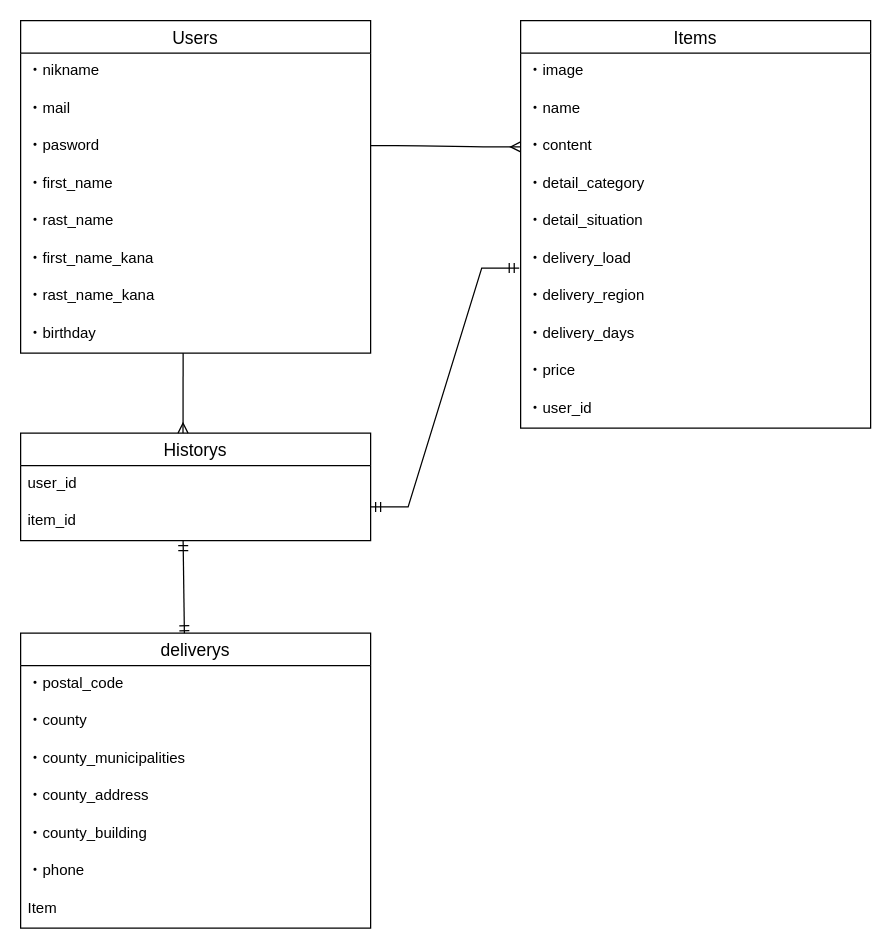
Earlier version of the draw.io diagram furima.dio (do07tk/furima-39076). Source tidied: cells renumbered, new cells numbered last; positions are measured from the earlier drawing's top-left corner, leaving out a move shared by most shapes. Both pictures are drawn from the tidied source at 125%, with x=0, y=0 at pixel (20, 20).
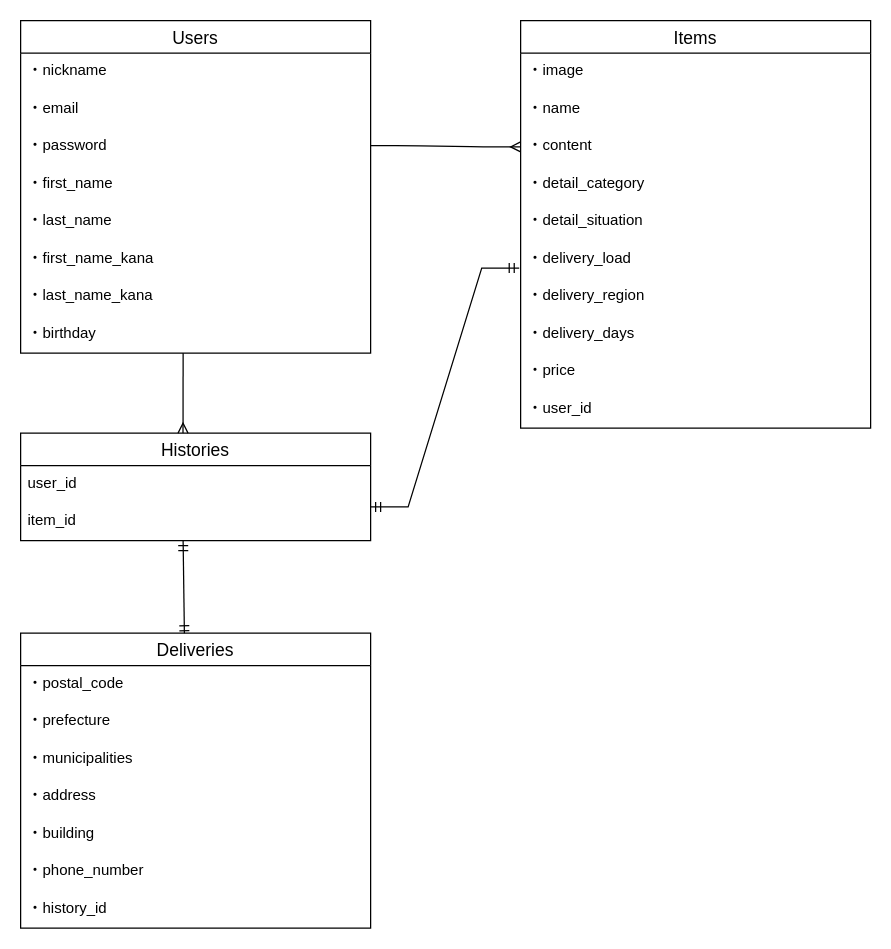
The same page after the edit.

Commit message (it also covers changes not shown here):
データベース設計修正

Unchanged cells that the change refers to:
```xml
<mxCell id="2" value="Users" style="swimlane;fontStyle=0;horizontal=1;startSize=26;align=center;fontSize=14;" parent="1" vertex="1">
  <mxGeometry width="280" height="266" as="geometry" />
</mxCell>
```

Change to the diagram source:
```diff
@@
-    <mxCell id="3" value="・nikname" style="text;strokeColor=none;fillColor=none;spacingLeft=4;spacingRight=4;overflow=hidden;fontSize=12;" parent="2" vertex="1">
+    <mxCell id="3" value="・nickname" style="text;strokeColor=none;fillColor=none;spacingLeft=4;spacingRight=4;overflow=hidden;fontSize=12;" parent="2" vertex="1">
       <mxGeometry y="26" width="280" height="30" as="geometry" />
     </mxCell>
-    <mxCell id="4" value="・mail&#10;" style="text;strokeColor=none;fillColor=none;spacingLeft=4;spacingRight=4;overflow=hidden;fontSize=12;" parent="2" vertex="1">
+    <mxCell id="4" value="・email&#10;" style="text;strokeColor=none;fillColor=none;spacingLeft=4;spacingRight=4;overflow=hidden;fontSize=12;" parent="2" vertex="1">
       <mxGeometry y="56" width="280" height="30" as="geometry" />
     </mxCell>
-    <mxCell id="5" value="・pasword" style="text;strokeColor=none;fillColor=none;spacingLeft=4;spacingRight=4;overflow=hidden;fontSize=12;" parent="2" vertex="1">
+    <mxCell id="5" value="・password" style="text;strokeColor=none;fillColor=none;spacingLeft=4;spacingRight=4;overflow=hidden;fontSize=12;" parent="2" vertex="1">
       <mxGeometry y="86" width="280" height="30" as="geometry" />
     </mxCell>
@@
-    <mxCell id="7" value="・rast_name" style="text;strokeColor=none;fillColor=none;spacingLeft=4;spacingRight=4;overflow=hidden;fontSize=12;" parent="2" vertex="1">
+    <mxCell id="7" value="・last_name" style="text;strokeColor=none;fillColor=none;spacingLeft=4;spacingRight=4;overflow=hidden;fontSize=12;" parent="2" vertex="1">
       <mxGeometry y="146" width="280" height="30" as="geometry" />
     </mxCell>
@@
-    <mxCell id="9" value="・rast_name_kana" style="text;strokeColor=none;fillColor=none;spacingLeft=4;spacingRight=4;overflow=hidden;fontSize=12;" parent="2" vertex="1">
+    <mxCell id="9" value="・last_name_kana" style="text;strokeColor=none;fillColor=none;spacingLeft=4;spacingRight=4;overflow=hidden;fontSize=12;" parent="2" vertex="1">
       <mxGeometry y="206" width="280" height="30" as="geometry" />
     </mxCell>
@@
-    <mxCell id="23" value="Historys" style="swimlane;fontStyle=0;horizontal=1;startSize=26;align=center;fontSize=14;" parent="1" vertex="1">
+    <mxCell id="23" value="Histories" style="swimlane;fontStyle=0;horizontal=1;startSize=26;align=center;fontSize=14;" parent="1" vertex="1">
       <mxGeometry y="330" width="280" height="86" as="geometry" />
     </mxCell>
@@
-    <mxCell id="29" value="deliverys" style="swimlane;fontStyle=0;horizontal=1;startSize=26;align=center;fontSize=14;" parent="1" vertex="1">
+    <mxCell id="29" value="Deliveries" style="swimlane;fontStyle=0;horizontal=1;startSize=26;align=center;fontSize=14;" parent="1" vertex="1">
       <mxGeometry y="490" width="280" height="236" as="geometry" />
     </mxCell>
@@
-    <mxCell id="31" value="・county" style="text;strokeColor=none;fillColor=none;spacingLeft=4;spacingRight=4;overflow=hidden;fontSize=12;" parent="29" vertex="1">
+    <mxCell id="31" value="・prefecture" style="text;strokeColor=none;fillColor=none;spacingLeft=4;spacingRight=4;overflow=hidden;fontSize=12;" parent="29" vertex="1">
       <mxGeometry y="56" width="280" height="30" as="geometry" />
     </mxCell>
-    <mxCell id="32" value="・county_municipalities" style="text;strokeColor=none;fillColor=none;spacingLeft=4;spacingRight=4;overflow=hidden;fontSize=12;" parent="29" vertex="1">
+    <mxCell id="32" value="・municipalities" style="text;strokeColor=none;fillColor=none;spacingLeft=4;spacingRight=4;overflow=hidden;fontSize=12;" parent="29" vertex="1">
       <mxGeometry y="86" width="280" height="30" as="geometry" />
     </mxCell>
-    <mxCell id="33" value="・county_address" style="text;strokeColor=none;fillColor=none;spacingLeft=4;spacingRight=4;overflow=hidden;fontSize=12;" parent="29" vertex="1">
+    <mxCell id="33" value="・address" style="text;strokeColor=none;fillColor=none;spacingLeft=4;spacingRight=4;overflow=hidden;fontSize=12;" parent="29" vertex="1">
       <mxGeometry y="116" width="280" height="30" as="geometry" />
     </mxCell>
-    <mxCell id="34" value="・county_building" style="text;strokeColor=none;fillColor=none;spacingLeft=4;spacingRight=4;overflow=hidden;fontSize=12;" parent="29" vertex="1">
+    <mxCell id="34" value="・building" style="text;strokeColor=none;fillColor=none;spacingLeft=4;spacingRight=4;overflow=hidden;fontSize=12;" parent="29" vertex="1">
       <mxGeometry y="146" width="280" height="30" as="geometry" />
     </mxCell>
-    <mxCell id="35" value="・phone" style="text;strokeColor=none;fillColor=none;spacingLeft=4;spacingRight=4;overflow=hidden;fontSize=12;" parent="29" vertex="1">
+    <mxCell id="35" value="・phone_number" style="text;strokeColor=none;fillColor=none;spacingLeft=4;spacingRight=4;overflow=hidden;fontSize=12;" parent="29" vertex="1">
       <mxGeometry y="176" width="280" height="30" as="geometry" />
     </mxCell>
-    <mxCell id="36" value="Item" style="text;strokeColor=none;fillColor=none;spacingLeft=4;spacingRight=4;overflow=hidden;fontSize=12;" parent="29" vertex="1">
+    <mxCell id="36" value="・history_id" style="text;strokeColor=none;fillColor=none;spacingLeft=4;spacingRight=4;overflow=hidden;fontSize=12;" parent="29" vertex="1">
       <mxGeometry y="206" width="280" height="30" as="geometry" />
     </mxCell>
```
